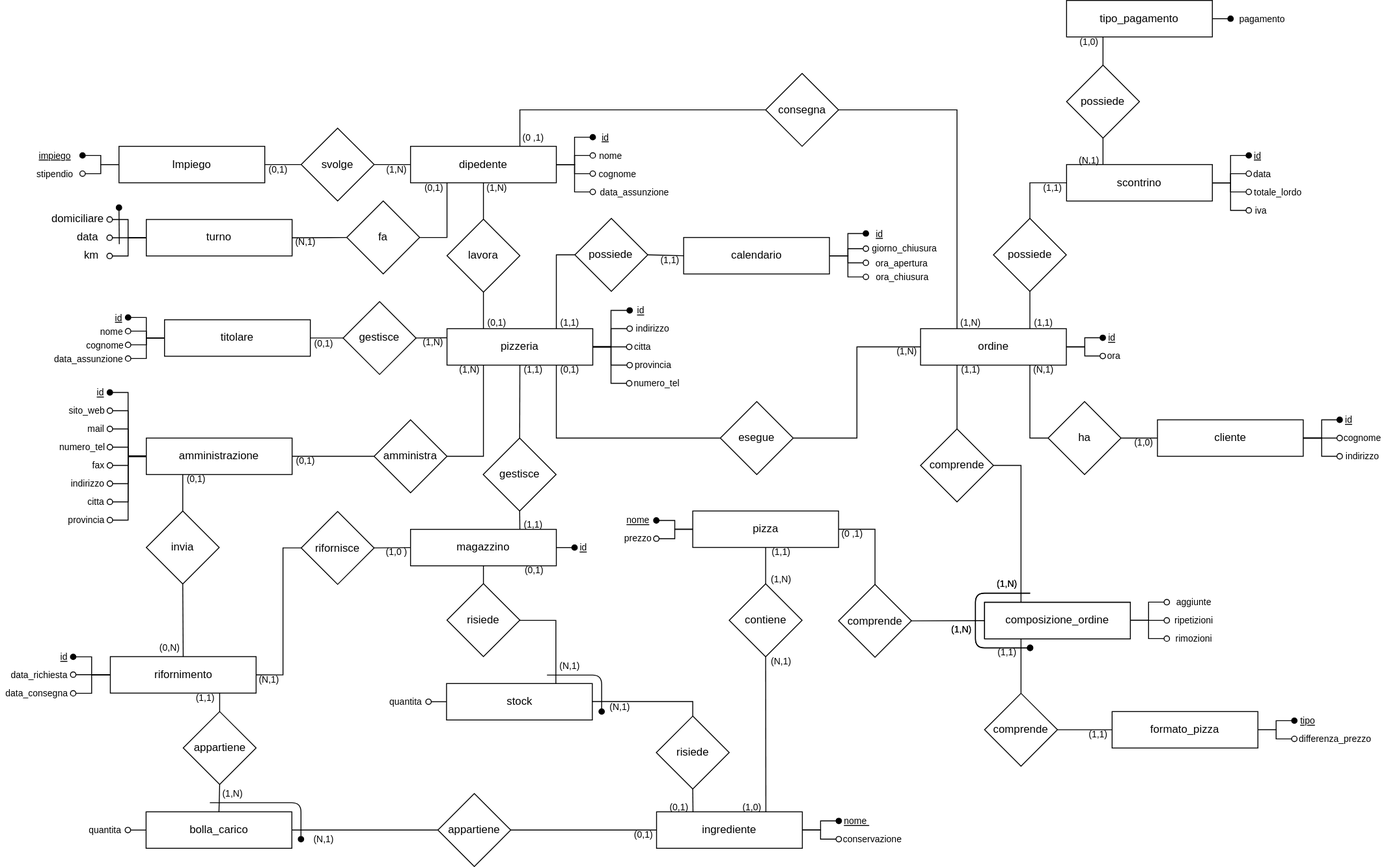
Before: Draw/PaduPizzaER-ristrutturato.svg, a diagram exported from draw.io (NicholasPilotto/PaduPizza). Source tidied: cells renumbered, new cells last; positions are measured from the earlier drawing's top-left corner, leaving out a move shared by most shapes.
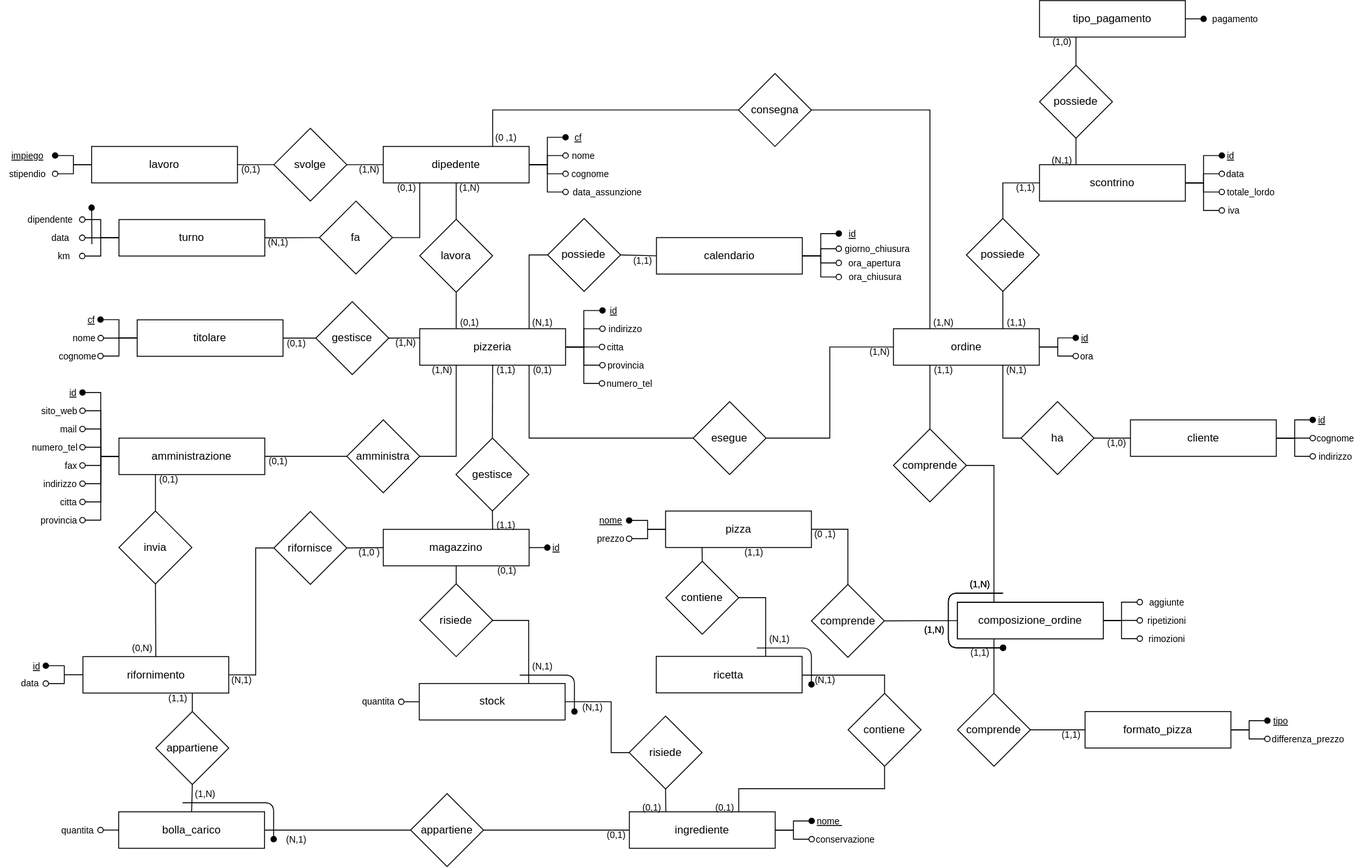
After the commit.

Change to the diagram source:
```diff
@@ -157,3 +157,3 @@
     </mxCell>
-    <mxCell id="42" value="&lt;u style=&quot;font-size: 10px;&quot;&gt;id&lt;/u&gt;" style="text;html=1;strokeColor=none;fillColor=none;align=right;verticalAlign=middle;whiteSpace=wrap;rounded=0;fontSize=10;" parent="1" vertex="1">
+    <mxCell id="42" value="&lt;u style=&quot;font-size: 10px&quot;&gt;cf&lt;/u&gt;" style="text;html=1;strokeColor=none;fillColor=none;align=right;verticalAlign=middle;whiteSpace=wrap;rounded=0;fontSize=10;" parent="1" vertex="1">
       <mxGeometry x="650" y="145" width="20" height="10" as="geometry" />
@@ -255,8 +255,8 @@
     <mxCell id="73" value="contiene" style="rhombus;whiteSpace=wrap;html=1;" parent="1" vertex="1">
-      <mxGeometry x="799.8" y="639.9" width="80" height="80" as="geometry" />
+      <mxGeometry x="760" y="615.2" width="80" height="80" as="geometry" />
     </mxCell>
-    <mxCell id="74" style="endArrow=none;html=1;entryX=0.5;entryY=1;entryDx=0;entryDy=0;exitX=0.5;exitY=0;exitDx=0;exitDy=0;elbow=vertical;rounded=0;" parent="1" edge="1" source="73" target="72">
+    <mxCell id="74" style="endArrow=none;html=1;entryX=0.25;entryY=1;entryDx=0;entryDy=0;exitX=0.5;exitY=0;exitDx=0;exitDy=0;elbow=vertical;rounded=0;" parent="1" edge="1" source="73" target="72">
       <mxGeometry relative="1" as="geometry" />
     </mxCell>
-    <mxCell id="75" style="endArrow=none;html=1;labelBackgroundColor=#000000;strokeColor=#000000;entryX=0.5;entryY=1;entryDx=0;entryDy=0;edgeStyle=elbowEdgeStyle;exitX=0.75;exitY=0;exitDx=0;exitDy=0;elbow=vertical;rounded=0;jumpStyle=arc;" parent="1" edge="1" source="36" target="73">
+    <mxCell id="75" style="endArrow=none;html=1;labelBackgroundColor=#000000;strokeColor=#000000;entryX=0.5;entryY=1;entryDx=0;entryDy=0;edgeStyle=elbowEdgeStyle;exitX=0.75;exitY=0;exitDx=0;exitDy=0;elbow=vertical;rounded=0;jumpStyle=arc;" parent="1" edge="1" source="36" target="251">
       <mxGeometry relative="1" as="geometry" />
@@ -305,3 +305,3 @@
     </mxCell>
-    <mxCell id="90" value="Impiego" style="whiteSpace=wrap;html=1;align=center;comic=0;noLabel=0;portConstraintRotation=0;rounded=0;glass=0;sketch=0;shadow=0;" parent="1" vertex="1">
+    <mxCell id="90" value="lavoro" style="whiteSpace=wrap;html=1;align=center;comic=0;noLabel=0;portConstraintRotation=0;rounded=0;glass=0;sketch=0;shadow=0;" parent="1" vertex="1">
       <mxGeometry x="130" y="160" width="160" height="40" as="geometry" />
@@ -390,11 +390,5 @@
     </mxCell>
-    <mxCell id="115" value="&amp;nbsp; data_richiesta" style="text;html=1;strokeColor=none;fillColor=none;align=center;verticalAlign=middle;whiteSpace=wrap;rounded=0;fontSize=10;" parent="1" vertex="1">
-      <mxGeometry x="-0.2" y="734.5" width="80" height="10" as="geometry" />
+    <mxCell id="115" value="&amp;nbsp; data" style="text;html=1;strokeColor=none;fillColor=none;align=center;verticalAlign=middle;whiteSpace=wrap;rounded=0;fontSize=10;" parent="1" vertex="1">
+      <mxGeometry x="40" y="744.2" width="39.8" height="10" as="geometry" />
     </mxCell>
-    <mxCell id="116" style="endArrow=none;html=1;fontSize=10;startArrow=oval;startFill=0;entryX=0;entryY=0.5;entryDx=0;entryDy=0;exitX=1;exitY=0.5;exitDx=0;exitDy=0;rounded=0;edgeStyle=elbowEdgeStyle;" parent="1" edge="1" source="117" target="31">
-      <mxGeometry relative="1" as="geometry" />
-    </mxCell>
-    <mxCell id="117" value="data_consegna" style="text;html=1;strokeColor=none;fillColor=none;align=center;verticalAlign=middle;whiteSpace=wrap;rounded=0;fontSize=10;" parent="1" vertex="1">
-      <mxGeometry x="-0.2" y="755" width="80" height="10" as="geometry" />
-    </mxCell>
     <mxCell id="118" value="&lt;u style=&quot;font-size: 10px;&quot;&gt;&lt;font style=&quot;font-size: 10px;&quot;&gt;nome&amp;nbsp;&lt;/font&gt;&lt;/u&gt;" style="text;html=1;strokeColor=none;fillColor=none;align=center;verticalAlign=middle;whiteSpace=wrap;rounded=0;fontSize=10;" parent="1" vertex="1">
@@ -417,10 +411,10 @@
     </mxCell>
-    <mxCell id="124" value="&lt;u style=&quot;font-size: 10px;&quot;&gt;id&lt;/u&gt;" style="text;html=1;strokeColor=none;fillColor=none;align=center;verticalAlign=middle;whiteSpace=wrap;rounded=0;fontSize=10;" parent="1" vertex="1">
-      <mxGeometry x="120" y="342.8" width="20" height="10" as="geometry" />
+    <mxCell id="124" value="&lt;u style=&quot;font-size: 10px&quot;&gt;cf&lt;/u&gt;" style="text;html=1;strokeColor=none;fillColor=none;align=center;verticalAlign=middle;whiteSpace=wrap;rounded=0;fontSize=10;" parent="1" vertex="1">
+      <mxGeometry x="119.8" y="345" width="20" height="10" as="geometry" />
     </mxCell>
     <mxCell id="125" value="nome&amp;nbsp;&amp;nbsp;" style="text;html=1;strokeColor=none;fillColor=none;align=center;verticalAlign=middle;whiteSpace=wrap;rounded=0;fontSize=10;spacing=2;" parent="1" vertex="1">
-      <mxGeometry x="110" y="357.8" width="30" height="10" as="geometry" />
+      <mxGeometry x="110" y="365.2" width="30" height="10" as="geometry" />
     </mxCell>
     <mxCell id="126" value="cognome" style="text;html=1;strokeColor=none;fillColor=none;align=center;verticalAlign=middle;whiteSpace=wrap;rounded=0;fontSize=10;" parent="1" vertex="1">
-      <mxGeometry x="90" y="372.8" width="50" height="10" as="geometry" />
+      <mxGeometry x="89.8" y="385" width="50" height="10" as="geometry" />
     </mxCell>
@@ -435,8 +429,2 @@
     </mxCell>
-    <mxCell id="130" style="endArrow=oval;html=1;fillColor=#000000;entryX=1;entryY=0.5;entryDx=0;entryDy=0;endFill=0;exitX=0;exitY=0.5;exitDx=0;exitDy=0;edgeStyle=elbowEdgeStyle;rounded=0;" parent="1" edge="1" source="3" target="131">
-      <mxGeometry relative="1" as="geometry" />
-    </mxCell>
-    <mxCell id="131" value="data_assunzione" style="text;html=1;strokeColor=none;fillColor=none;align=center;verticalAlign=middle;whiteSpace=wrap;rounded=0;fontSize=10;" parent="1" vertex="1">
-      <mxGeometry x="54" y="387.8" width="86" height="10" as="geometry" />
-    </mxCell>
     <mxCell id="132" value="&lt;u style=&quot;font-size: 10px;&quot;&gt;id&lt;/u&gt;" style="text;html=1;strokeColor=none;fillColor=none;align=center;verticalAlign=middle;whiteSpace=wrap;rounded=0;fontSize=10;" parent="1" vertex="1">
@@ -517,3 +505,3 @@
     </mxCell>
-    <mxCell id="156" value="(1,1)&lt;span style=&quot;color: rgba(0 , 0 , 0 , 0) ; font-family: monospace ; font-size: 0px&quot;&gt;%3CmxGraphModel%3E%3Croot%3E%3CmxCell%20id%3D%220%22%2F%3E%3CmxCell%20id%3D%221%22%20parent%3D%220%22%2F%3E%3CmxCell%20id%3D%222%22%20value%3D%22(1%2C1)%22%20style%3D%22text%3Bhtml%3D1%3BstrokeColor%3Dnone%3BfillColor%3Dnone%3Balign%3Dleft%3BverticalAlign%3Dmiddle%3BwhiteSpace%3Dwrap%3Brounded%3D0%3BfontSize%3D10%3B%22%20vertex%3D%221%22%20parent%3D%221%22%3E%3CmxGeometry%20x%3D%221240%22%20y%3D%221280%22%20width%3D%2240%22%20height%3D%2220%22%20as%3D%22geometry%22%2F%3E%3C%2FmxCell%3E%3C%2Froot%3E%3C%2FmxGraphModel%3E&lt;/span&gt;" style="text;html=1;strokeColor=none;fillColor=none;align=center;verticalAlign=middle;whiteSpace=wrap;rounded=0;fontSize=10;" parent="1" vertex="1">
+    <mxCell id="156" value="(N,1)&lt;span style=&quot;color: rgba(0 , 0 , 0 , 0) ; font-family: monospace ; font-size: 0px&quot;&gt;%3CmxGraphModel%3E%3Croot%3E%3CmxCell%20id%3D%220%22%2F%3E%3CmxCell%20id%3D%221%22%20parent%3D%220%22%2F%3E%3CmxCell%20id%3D%222%22%20value%3D%22(1%2C1)%22%20style%3D%22text%3Bhtml%3D1%3BstrokeColor%3Dnone%3BfillColor%3Dnone%3Balign%3Dleft%3BverticalAlign%3Dmiddle%3BwhiteSpace%3Dwrap%3Brounded%3D0%3BfontSize%3D10%3B%22%20vertex%3D%221%22%20parent%3D%221%22%3E%3CmxGeometry%20x%3D%221240%22%20y%3D%221280%22%20width%3D%2240%22%20height%3D%2220%22%20as%3D%22geometry%22%2F%3E%3C%2FmxCell%3E%3C%2Froot%3E%3C%2FmxGraphModel%3E&lt;/span&gt;" style="text;html=1;strokeColor=none;fillColor=none;align=center;verticalAlign=middle;whiteSpace=wrap;rounded=0;fontSize=10;" parent="1" vertex="1">
       <mxGeometry x="610" y="347.5" width="30" height="10" as="geometry" />
@@ -568,11 +556,5 @@
     </mxCell>
-    <mxCell id="173" value="(1,0)&lt;span style=&quot;color: rgba(0 , 0 , 0 , 0) ; font-family: monospace ; font-size: 0px&quot;&gt;%3CmxGraphModel%3E%3Croot%3E%3CmxCell%20id%3D%220%22%2F%3E%3CmxCell%20id%3D%221%22%20parent%3D%220%22%2F%3E%3CmxCell%20id%3D%222%22%20value%3D%22(1%2C1)%22%20style%3D%22text%3Bhtml%3D1%3BstrokeColor%3Dnone%3BfillColor%3Dnone%3Balign%3Dleft%3BverticalAlign%3Dmiddle%3BwhiteSpace%3Dwrap%3Brounded%3D0%3BfontSize%3D10%3B%22%20vertex%3D%221%22%20parent%3D%221%22%3E%3CmxGeometry%20x%3D%221240%22%20y%3D%221280%22%20width%3D%2240%22%20height%3D%2220%22%20as%3D%22geometry%22%2F%3E%3C%2FmxCell%3E%3C%2Froot%3E%3C%2FmxGraphModel%3E&lt;/span&gt;" style="text;html=1;strokeColor=none;fillColor=none;align=center;verticalAlign=middle;whiteSpace=wrap;rounded=0;fontSize=10;" parent="1" vertex="1">
+    <mxCell id="173" value="(0,1)&lt;span style=&quot;color: rgba(0 , 0 , 0 , 0) ; font-family: monospace ; font-size: 0px&quot;&gt;%3CmxGraphModel%3E%3Croot%3E%3CmxCell%20id%3D%220%22%2F%3E%3CmxCell%20id%3D%221%22%20parent%3D%220%22%2F%3E%3CmxCell%20id%3D%222%22%20value%3D%22(1%2C1)%22%20style%3D%22text%3Bhtml%3D1%3BstrokeColor%3Dnone%3BfillColor%3Dnone%3Balign%3Dleft%3BverticalAlign%3Dmiddle%3BwhiteSpace%3Dwrap%3Brounded%3D0%3BfontSize%3D10%3B%22%20vertex%3D%221%22%20parent%3D%221%22%3E%3CmxGeometry%20x%3D%221240%22%20y%3D%221280%22%20width%3D%2240%22%20height%3D%2220%22%20as%3D%22geometry%22%2F%3E%3C%2FmxCell%3E%3C%2Froot%3E%3C%2FmxGraphModel%3E&lt;/span&gt;" style="text;html=1;strokeColor=none;fillColor=none;align=center;verticalAlign=middle;whiteSpace=wrap;rounded=0;fontSize=10;" parent="1" vertex="1">
       <mxGeometry x="810" y="880" width="30" height="10" as="geometry" />
     </mxCell>
-    <mxCell id="174" value="(1,N)&lt;span style=&quot;color: rgba(0 , 0 , 0 , 0) ; font-family: monospace ; font-size: 0px&quot;&gt;%3CmxGraphModel%3E%3Croot%3E%3CmxCell%20id%3D%220%22%2F%3E%3CmxCell%20id%3D%221%22%20parent%3D%220%22%2F%3E%3CmxCell%20id%3D%222%22%20value%3D%22(1%2C1)%22%20style%3D%22text%3Bhtml%3D1%3BstrokeColor%3Dnone%3BfillColor%3Dnone%3Balign%3Dleft%3BverticalAlign%3Dmiddle%3BwhiteSpace%3Dwrap%3Brounded%3D0%3BfontSize%3D10%3B%22%20vertex%3D%221%22%20parent%3D%221%22%3E%3CmxGeometry%20x%3D%221240%22%20y%3D%221280%22%20width%3D%2240%22%20height%3D%2220%22%20as%3D%22geometry%22%2F%3E%3C%2FmxCell%3E%3C%2Froot%3E%3C%2FmxGraphModel%3E&lt;/span&gt;" style="text;html=1;strokeColor=none;fillColor=none;align=center;verticalAlign=middle;whiteSpace=wrap;rounded=0;fontSize=10;" parent="1" vertex="1">
-      <mxGeometry x="841.8" y="630.2" width="30" height="10.2" as="geometry" />
-    </mxCell>
-    <mxCell id="175" value="(N,1)&lt;span style=&quot;color: rgba(0 , 0 , 0 , 0) ; font-family: monospace ; font-size: 0px&quot;&gt;%3CmxGraphModel%3E%3Croot%3E%3CmxCell%20id%3D%220%22%2F%3E%3CmxCell%20id%3D%221%22%20parent%3D%220%22%2F%3E%3CmxCell%20id%3D%222%22%20value%3D%22(1%2C1)%22%20style%3D%22text%3Bhtml%3D1%3BstrokeColor%3Dnone%3BfillColor%3Dnone%3Balign%3Dleft%3BverticalAlign%3Dmiddle%3BwhiteSpace%3Dwrap%3Brounded%3D0%3BfontSize%3D10%3B%22%20vertex%3D%221%22%20parent%3D%221%22%3E%3CmxGeometry%20x%3D%221240%22%20y%3D%221280%22%20width%3D%2240%22%20height%3D%2220%22%20as%3D%22geometry%22%2F%3E%3C%2FmxCell%3E%3C%2Froot%3E%3C%2FmxGraphModel%3E&lt;/span&gt;" style="text;html=1;strokeColor=none;fillColor=none;align=center;verticalAlign=middle;whiteSpace=wrap;rounded=0;fontSize=10;" parent="1" vertex="1">
-      <mxGeometry x="841.8" y="720.2" width="30" height="10" as="geometry" />
-    </mxCell>
     <mxCell id="176" value="(0,1)&lt;span style=&quot;color: rgba(0 , 0 , 0 , 0) ; font-family: monospace ; font-size: 0px&quot;&gt;%3CmxGraphModel%3E%3Croot%3E%3CmxCell%20id%3D%220%22%2F%3E%3CmxCell%20id%3D%221%22%20parent%3D%220%22%2F%3E%3CmxCell%20id%3D%222%22%20value%3D%22(1%2C1)%22%20style%3D%22text%3Bhtml%3D1%3BstrokeColor%3Dnone%3BfillColor%3Dnone%3Balign%3Dleft%3BverticalAlign%3Dmiddle%3BwhiteSpace%3Dwrap%3Brounded%3D0%3BfontSize%3D10%3B%22%20vertex%3D%221%22%20parent%3D%221%22%3E%3CmxGeometry%20x%3D%221240%22%20y%3D%221280%22%20width%3D%2240%22%20height%3D%2220%22%20as%3D%22geometry%22%2F%3E%3C%2FmxCell%3E%3C%2Froot%3E%3C%2FmxGraphModel%3E&lt;/span&gt;" style="text;html=1;strokeColor=none;fillColor=none;align=center;verticalAlign=middle;whiteSpace=wrap;rounded=0;fontSize=10;" parent="1" vertex="1">
@@ -634,3 +616,3 @@
     </mxCell>
-    <mxCell id="195" value="data&amp;nbsp;" style="text;html=1;strokeColor=none;fillColor=none;align=center;verticalAlign=middle;whiteSpace=wrap;rounded=0;" parent="1" vertex="1">
+    <mxCell id="195" value="data&amp;nbsp;" style="text;html=1;strokeColor=none;fillColor=none;align=center;verticalAlign=middle;whiteSpace=wrap;rounded=0;fontSize=10;" parent="1" vertex="1">
       <mxGeometry x="74.8" y="255.2" width="45" height="10" as="geometry" />
@@ -640,3 +622,3 @@
     </mxCell>
-    <mxCell id="197" value="km" style="text;html=1;strokeColor=none;fillColor=none;align=center;verticalAlign=middle;whiteSpace=wrap;rounded=0;" parent="1" vertex="1">
+    <mxCell id="197" value="km" style="text;html=1;strokeColor=none;fillColor=none;align=center;verticalAlign=middle;whiteSpace=wrap;rounded=0;fontSize=10;" parent="1" vertex="1">
       <mxGeometry x="79.8" y="275.2" width="40" height="10" as="geometry" />
@@ -646,3 +628,3 @@
     </mxCell>
-    <mxCell id="199" value="domiciliare" style="text;html=1;strokeColor=none;fillColor=none;align=center;verticalAlign=middle;whiteSpace=wrap;rounded=0;" parent="1" vertex="1">
+    <mxCell id="199" value="dipendente" style="text;html=1;strokeColor=none;fillColor=none;align=center;verticalAlign=middle;whiteSpace=wrap;rounded=0;fontSize=10;" parent="1" vertex="1">
       <mxGeometry x="49.8" y="235.2" width="70" height="10" as="geometry" />
@@ -798,6 +780,6 @@
     </mxCell>
-    <mxCell id="238" style="endArrow=none;html=1;exitX=1;exitY=0.5;exitDx=0;exitDy=0;entryX=0.5;entryY=0;entryDx=0;entryDy=0;edgeStyle=elbowEdgeStyle;rounded=0;elbow=vertical;" parent="1" edge="1" source="232" target="39">
+    <mxCell id="238" style="endArrow=none;html=1;exitX=1;exitY=0.5;exitDx=0;exitDy=0;entryX=0;entryY=0.5;entryDx=0;entryDy=0;edgeStyle=elbowEdgeStyle;rounded=0;" parent="1" edge="1" source="232" target="39">
       <mxGeometry relative="1" as="geometry">
         <Array as="points">
-          <mxPoint x="700" y="769" />
+          <mxPoint x="700" y="800" />
         </Array>
@@ -836,3 +818,3 @@
     <mxCell id="247" value="&lt;u style=&quot;font-size: 10px;&quot;&gt;id&lt;/u&gt;" style="text;html=1;strokeColor=none;fillColor=none;align=center;verticalAlign=middle;whiteSpace=wrap;rounded=0;fontSize=10;" parent="1" vertex="1">
-      <mxGeometry x="59.8" y="715" width="20" height="10" as="geometry" />
+      <mxGeometry x="59.8" y="724.8" width="20" height="10" as="geometry" />
     </mxCell>
@@ -847,2 +829,37 @@
     </mxCell>
+    <mxCell id="251" value="contiene" style="rhombus;whiteSpace=wrap;html=1;" parent="1" vertex="1">
+      <mxGeometry x="960" y="760" width="80" height="80" as="geometry" />
+    </mxCell>
+    <mxCell id="252" value="ricetta" style="whiteSpace=wrap;html=1;align=center;comic=0;noLabel=0;portConstraintRotation=0;rounded=0;glass=0;sketch=0;shadow=0;" parent="1" vertex="1">
+      <mxGeometry x="749.5" y="719.5" width="160" height="40" as="geometry" />
+    </mxCell>
+    <mxCell id="253" style="endArrow=oval;html=1;endFill=1;" parent="1" edge="1">
+      <mxGeometry relative="1" as="geometry">
+        <mxPoint x="859.8" y="710.2" as="sourcePoint" />
+        <mxPoint x="919.8" y="750.2" as="targetPoint" />
+        <Array as="points">
+          <mxPoint x="919.8" y="710.2" />
+        </Array>
+      </mxGeometry>
+    </mxCell>
+    <mxCell id="254" value="(N,1)&lt;span style=&quot;color: rgba(0 , 0 , 0 , 0) ; font-family: monospace ; font-size: 0px&quot;&gt;%3CmxGraphModel%3E%3Croot%3E%3CmxCell%20id%3D%220%22%2F%3E%3CmxCell%20id%3D%221%22%20parent%3D%220%22%2F%3E%3CmxCell%20id%3D%222%22%20value%3D%22(1%2C1)%22%20style%3D%22text%3Bhtml%3D1%3BstrokeColor%3Dnone%3BfillColor%3Dnone%3Balign%3Dleft%3BverticalAlign%3Dmiddle%3BwhiteSpace%3Dwrap%3Brounded%3D0%3BfontSize%3D10%3B%22%20vertex%3D%221%22%20parent%3D%221%22%3E%3CmxGeometry%20x%3D%221240%22%20y%3D%221280%22%20width%3D%2240%22%20height%3D%2220%22%20as%3D%22geometry%22%2F%3E%3C%2FmxCell%3E%3C%2Froot%3E%3C%2FmxGraphModel%3E&lt;/span&gt;" style="text;html=1;strokeColor=none;fillColor=none;align=center;verticalAlign=middle;whiteSpace=wrap;rounded=0;fontSize=10;" parent="1" vertex="1">
+      <mxGeometry x="869.8" y="695" width="30" height="10.2" as="geometry" />
+    </mxCell>
+    <mxCell id="255" value="(N,1)&lt;span style=&quot;color: rgba(0 , 0 , 0 , 0) ; font-family: monospace ; font-size: 0px&quot;&gt;%3CmxGraphModel%3E%3Croot%3E%3CmxCell%20id%3D%220%22%2F%3E%3CmxCell%20id%3D%221%22%20parent%3D%220%22%2F%3E%3CmxCell%20id%3D%222%22%20value%3D%22(1%2C1)%22%20style%3D%22text%3Bhtml%3D1%3BstrokeColor%3Dnone%3BfillColor%3Dnone%3Balign%3Dleft%3BverticalAlign%3Dmiddle%3BwhiteSpace%3Dwrap%3Brounded%3D0%3BfontSize%3D10%3B%22%20vertex%3D%221%22%20parent%3D%221%22%3E%3CmxGeometry%20x%3D%221240%22%20y%3D%221280%22%20width%3D%2240%22%20height%3D%2220%22%20as%3D%22geometry%22%2F%3E%3C%2FmxCell%3E%3C%2Froot%3E%3C%2FmxGraphModel%3E&lt;/span&gt;" style="text;html=1;strokeColor=none;fillColor=none;align=center;verticalAlign=middle;whiteSpace=wrap;rounded=0;fontSize=10;" parent="1" vertex="1">
+      <mxGeometry x="919.8" y="739.8" width="30" height="10" as="geometry" />
+    </mxCell>
+    <mxCell id="256" style="endArrow=none;html=1;entryX=1;entryY=0.5;entryDx=0;entryDy=0;exitX=0.75;exitY=0;exitDx=0;exitDy=0;elbow=vertical;rounded=0;edgeStyle=elbowEdgeStyle;" parent="1" edge="1" source="252" target="73">
+      <mxGeometry relative="1" as="geometry">
+        <Array as="points">
+          <mxPoint x="860" y="655" />
+        </Array>
+      </mxGeometry>
+    </mxCell>
+    <mxCell id="257" style="endArrow=none;html=1;entryX=1;entryY=0.5;entryDx=0;entryDy=0;exitX=0.5;exitY=0;exitDx=0;exitDy=0;elbow=vertical;rounded=0;edgeStyle=elbowEdgeStyle;" parent="1" edge="1" source="251" target="252">
+      <mxGeometry relative="1" as="geometry">
+        <Array as="points">
+          <mxPoint x="930" y="740" />
+        </Array>
+      </mxGeometry>
+    </mxCell>
   </root>
```
